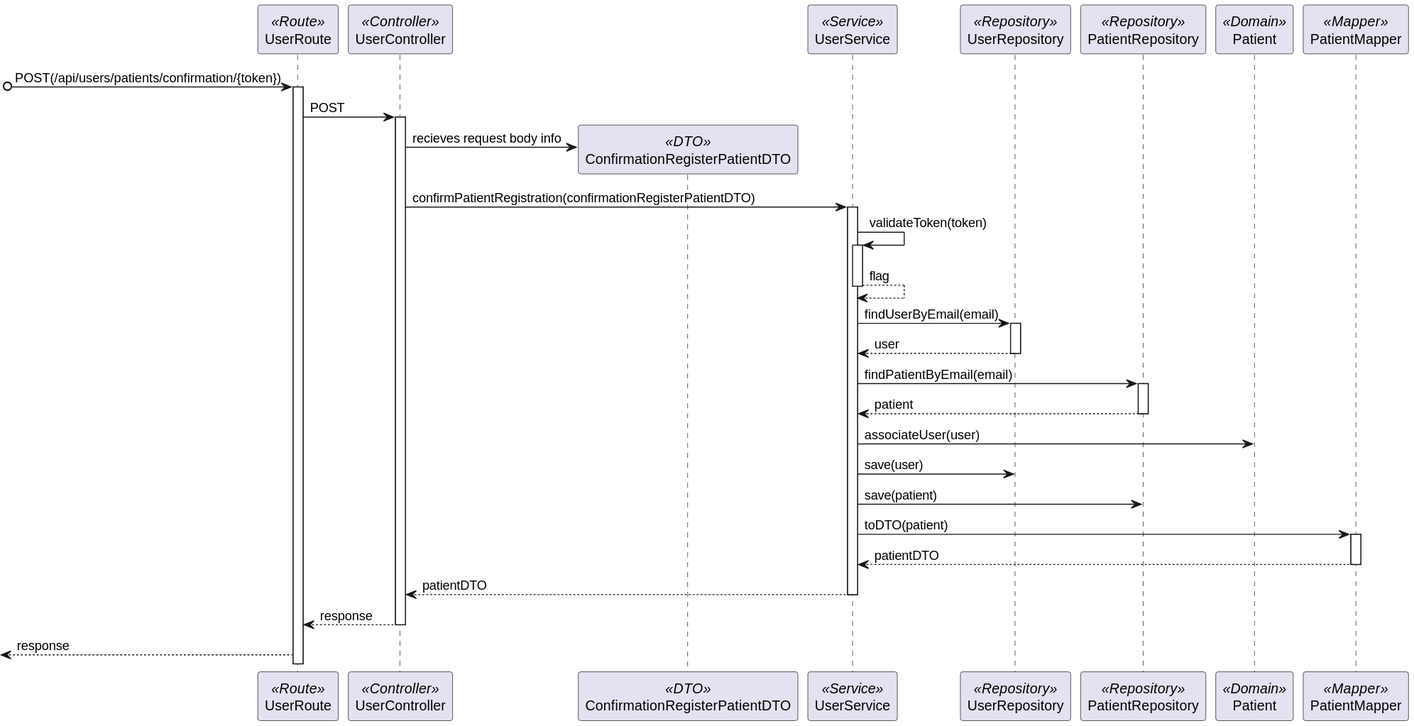
Earlier version of the PlantUML export docs/Sprint_1/US_5.1.3/L3/Process_View_Posterior_Confirmation.svg (Rodrick0209/ISEP-SEM5PI-24-25).
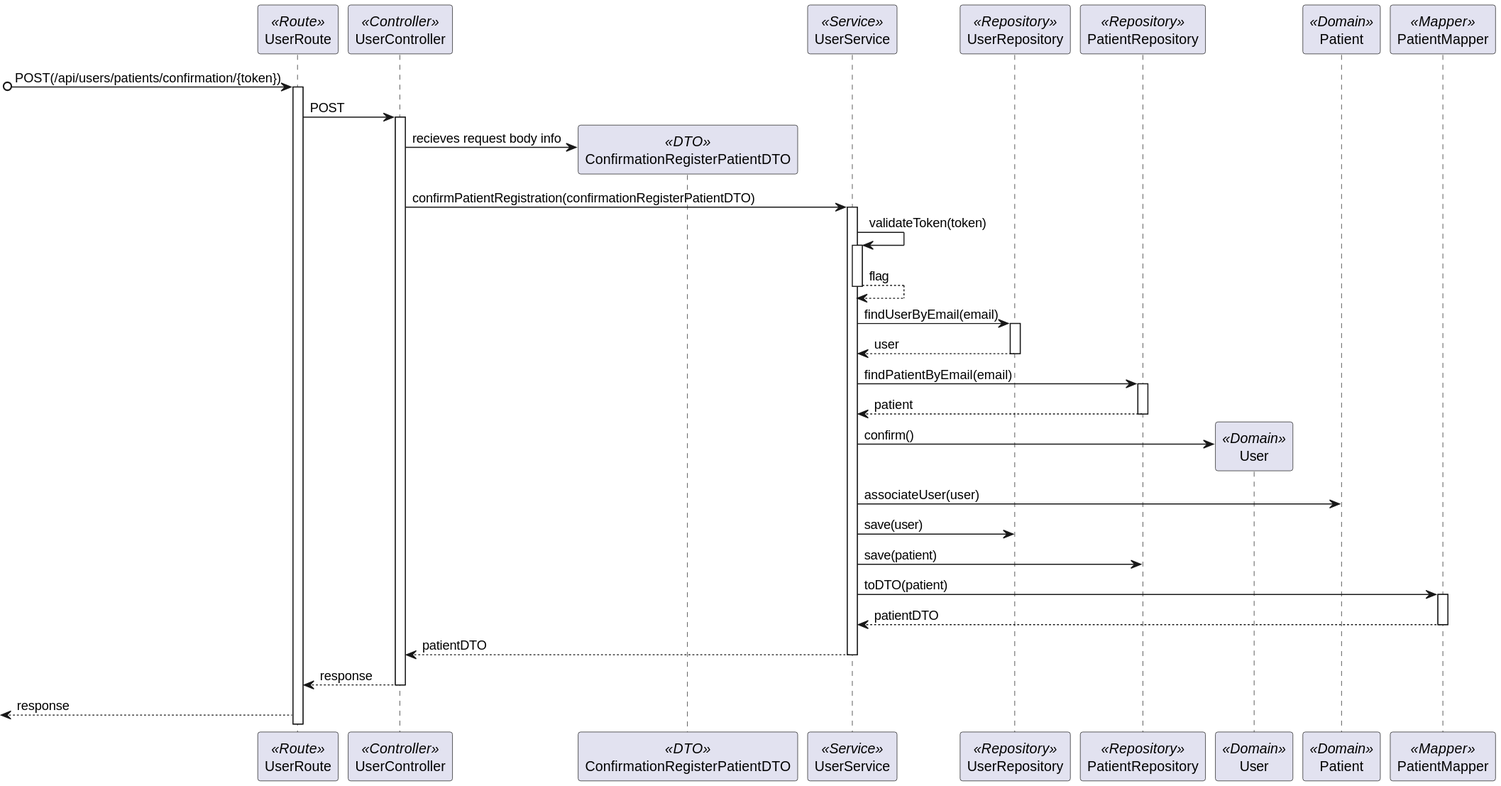
Later version of the same file.

Commit message:
US 5.1.3 Design (Fixed Level 3 Posterior Confirmation Process View Diagram) #4

Diff of the diagram source:
```diff
@@ -5,6 +5,7 @@
 participant UserService as Service <<Service>>
 participant UserRepository as Repository <<Repository>>
 participant PatientRepository as PatientRepository <<Repository>>
+participant User as Domain <<Domain>>
 participant Patient as Patient <<Domain>>
 participant PatientMapper as Mapper <<Mapper>>
 [o-> Route : POST(/api/users/patients/confirmation/{token})
@@ -23,6 +24,7 @@
 Service -> PatientRepository : findPatientByEmail(email)
 activate PatientRepository
 return patient
+Service -> Domain** : confirm()
 Service -> Patient : associateUser(user)
 Service -> Repository : save(user)
 Service -> PatientRepository : save(patient)
```
